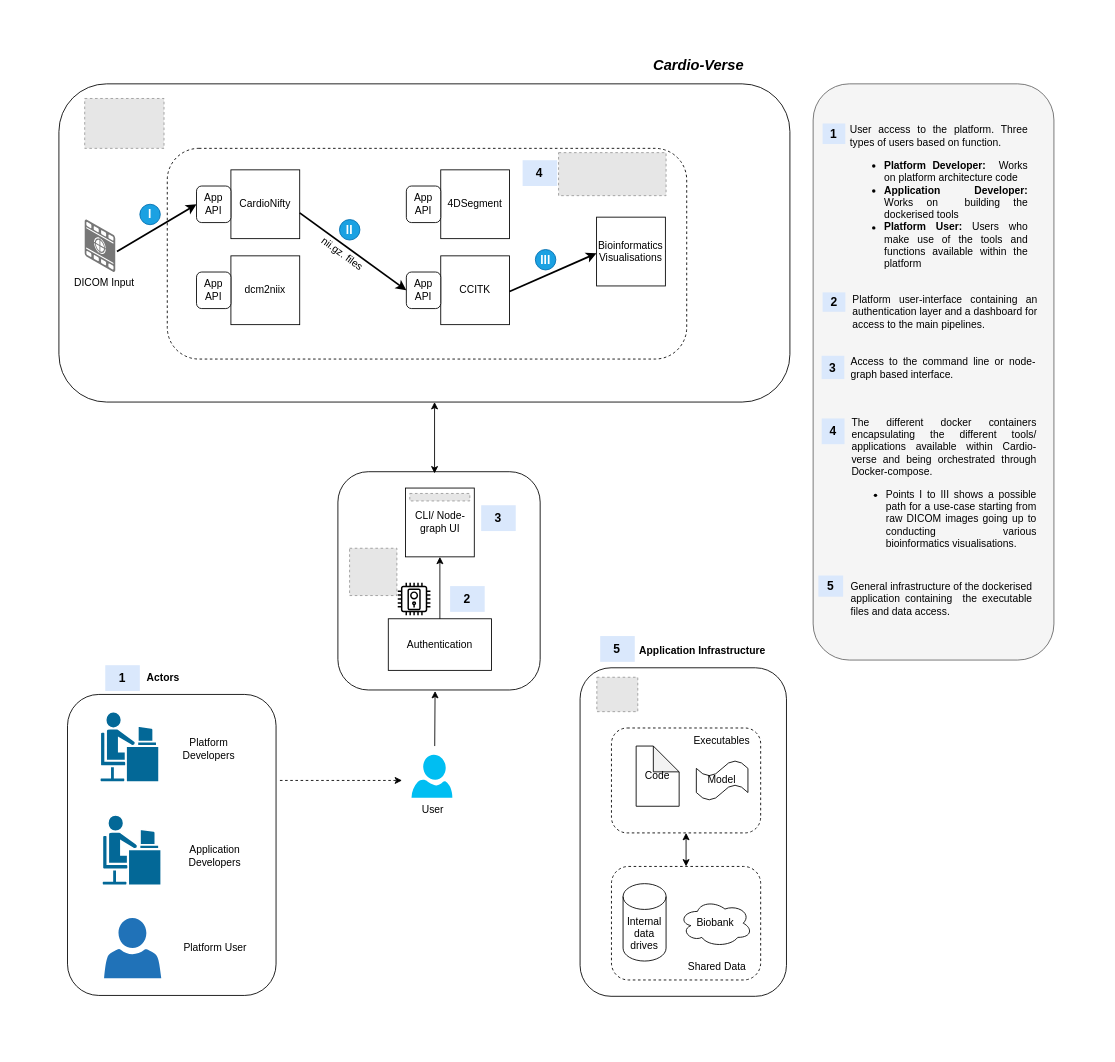
Above: cverse_sketch.drawio in DevaSenevi/drawio (draw.io), before the change. Source tidied: cells renumbered, new cells numbered last; positions are measured from the earlier drawing's top-left corner, leaving out a move shared by most shapes. Both pictures are drawn from the tidied source at 86%, with x=0, y=0 at pixel (58, 52). Pictures stored in the file or linked from it are replaced by grey dashed boxes.
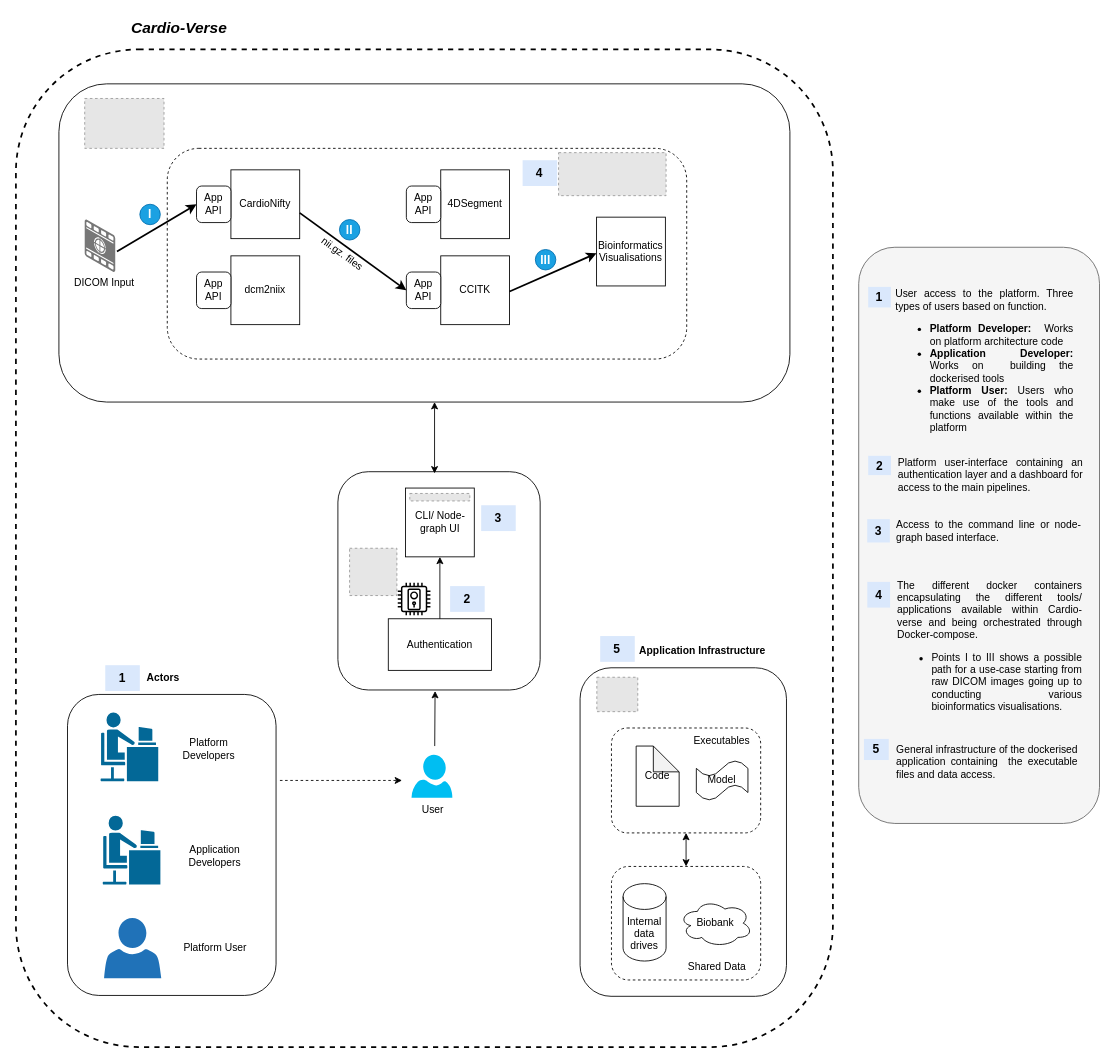
After the change.

What changed in the source:
```diff
@@
+    <mxCell id="84" style="rounded=1;whiteSpace=wrap;html=1;fillColor=none;dashed=1;strokeWidth=2;" parent="1" vertex="1">
+      <mxGeometry x="-50" y="-4" width="950" height="1160" as="geometry" />
+    </mxCell>
@@
+    <mxCell id="81" style="fillColor=#E6E6E6;strokeColor=#999999;dashed=1;verticalLabelPosition=bottom;labelBackgroundColor=default;verticalAlign=top;" parent="1" vertex="1">
+      <mxGeometry x="625.5" y="726" width="47.6" height="40" as="geometry" />
+    </mxCell>
+    <mxCell id="82" style="fillColor=#E6E6E6;strokeColor=#999999;dashed=1;verticalLabelPosition=bottom;labelBackgroundColor=default;verticalAlign=top;" parent="1" vertex="1">
+      <mxGeometry x="581" y="116" width="125" height="50" as="geometry" />
+    </mxCell>
+    <mxCell id="83" value="&lt;font style=&quot;font-size: 18px;&quot;&gt;Cardio-Verse&lt;/font&gt;" style="text;html=1;strokeColor=none;fillColor=none;align=center;verticalAlign=middle;whiteSpace=wrap;rounded=0;fontSize=17;fontStyle=3;" parent="1" vertex="1">
+      <mxGeometry x="67.6" y="-44" width="143.8" height="30" as="geometry" />
+    </mxCell>
+    <mxCell id="85" style="group;" parent="1" vertex="1">
+      <mxGeometry x="930" y="226" width="280" height="670" as="geometry" />
+    </mxCell>
-    <mxCell id="64" style="rounded=1;whiteSpace=wrap;html=1;fillColor=#f5f5f5;fontColor=#333333;strokeColor=#666666;" parent="1" vertex="1">
-      <mxGeometry x="877" y="36" width="280" height="670" as="geometry" />
+    <mxCell id="64" style="rounded=1;whiteSpace=wrap;html=1;fillColor=#f5f5f5;fontColor=#333333;strokeColor=#666666;" parent="85" vertex="1">
+      <mxGeometry width="280" height="670" as="geometry" />
     </mxCell>
-    <mxCell id="65" style="group;" parent="1" vertex="1">
-      <mxGeometry x="888" y="271" width="250" height="60" as="geometry" />
+    <mxCell id="65" style="group;" parent="85" vertex="1">
+      <mxGeometry x="11" y="235" width="250" height="60" as="geometry" />
     </mxCell>
@@
-    <mxCell id="69" style="group;" parent="1" vertex="1">
-      <mxGeometry x="888" y="82.1" width="239" height="183.9" as="geometry" />
+    <mxCell id="69" style="group;" parent="85" vertex="1">
+      <mxGeometry x="11" y="46.1" width="239" height="183.9" as="geometry" />
     </mxCell>
@@
-    <mxCell id="72" style="group;" parent="1" vertex="1">
-      <mxGeometry x="886.9" y="346" width="250.1" height="40" as="geometry" />
+    <mxCell id="72" style="group;" parent="85" vertex="1">
+      <mxGeometry x="9.9" y="310" width="250.1" height="40" as="geometry" />
     </mxCell>
@@
-    <mxCell id="75" style="group;" parent="1" vertex="1">
-      <mxGeometry x="883.1" y="607.7" width="248.8" height="54.5" as="geometry" />
+    <mxCell id="75" style="group;" parent="85" vertex="1">
+      <mxGeometry x="6.1" y="571.7" width="248.8" height="54.5" as="geometry" />
     </mxCell>
@@
-    <mxCell id="78" style="group;" parent="1" vertex="1">
-      <mxGeometry x="887" y="425" width="250" height="161" as="geometry" />
+    <mxCell id="78" style="group;" parent="85" vertex="1">
+      <mxGeometry x="10" y="389" width="250" height="161" as="geometry" />
     </mxCell>
@@
-    <mxCell id="81" style="fillColor=#E6E6E6;strokeColor=#999999;dashed=1;verticalLabelPosition=bottom;labelBackgroundColor=default;verticalAlign=top;" parent="1" vertex="1">
-      <mxGeometry x="625.5" y="726" width="47.6" height="40" as="geometry" />
-    </mxCell>
-    <mxCell id="82" style="fillColor=#E6E6E6;strokeColor=#999999;dashed=1;verticalLabelPosition=bottom;labelBackgroundColor=default;verticalAlign=top;" parent="1" vertex="1">
-      <mxGeometry x="581" y="116" width="125" height="50" as="geometry" />
-    </mxCell>
-    <mxCell id="83" value="Cardio-Verse" style="text;html=1;strokeColor=none;fillColor=none;align=center;verticalAlign=middle;whiteSpace=wrap;rounded=0;fontSize=17;fontStyle=3;" parent="1" vertex="1">
-      <mxGeometry x="672.2" width="143.8" height="30" as="geometry" />
-    </mxCell>
```
